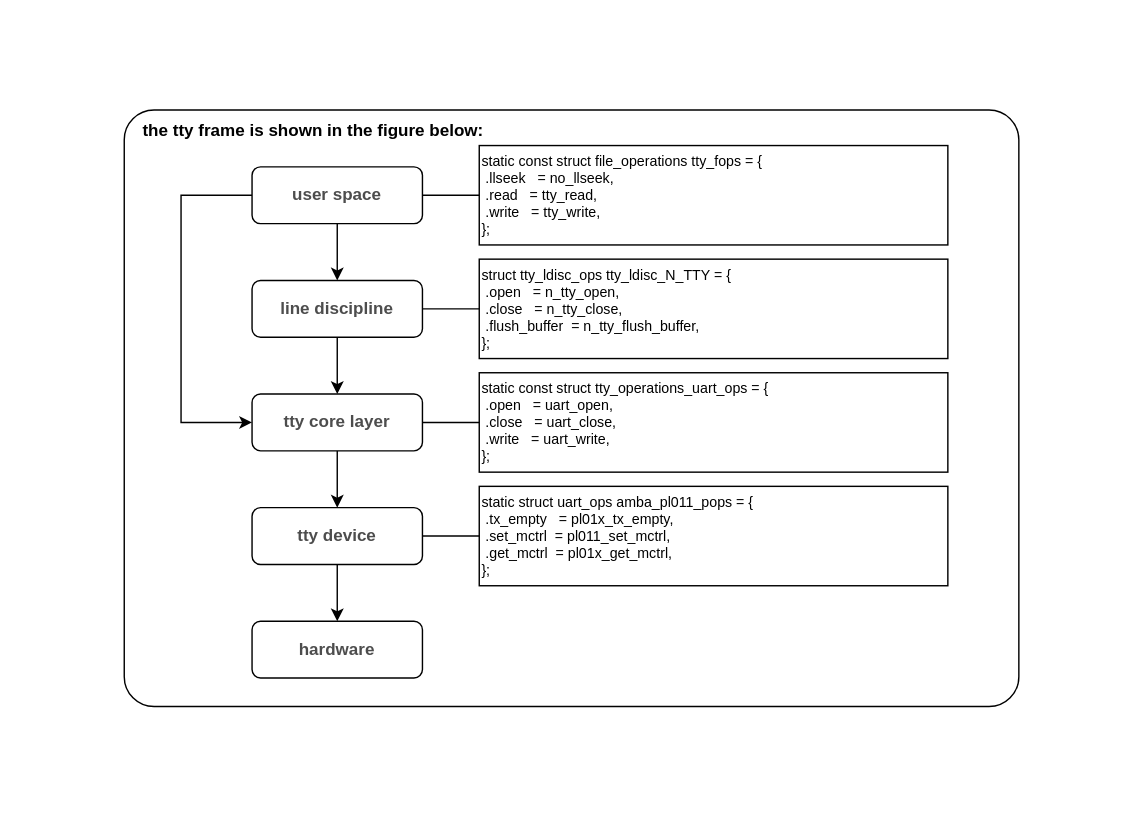
Earlier version of the draw.io diagram drawio/SERIAL.drawio (lchy0113/tcc_develop). Source tidied: cells renumbered, new cells numbered last; positions are measured from the earlier drawing's top-left corner, leaving out a move shared by most shapes. Both pictures are drawn from the tidied source at 142%, with x=0, y=0 at pixel (124, 109).
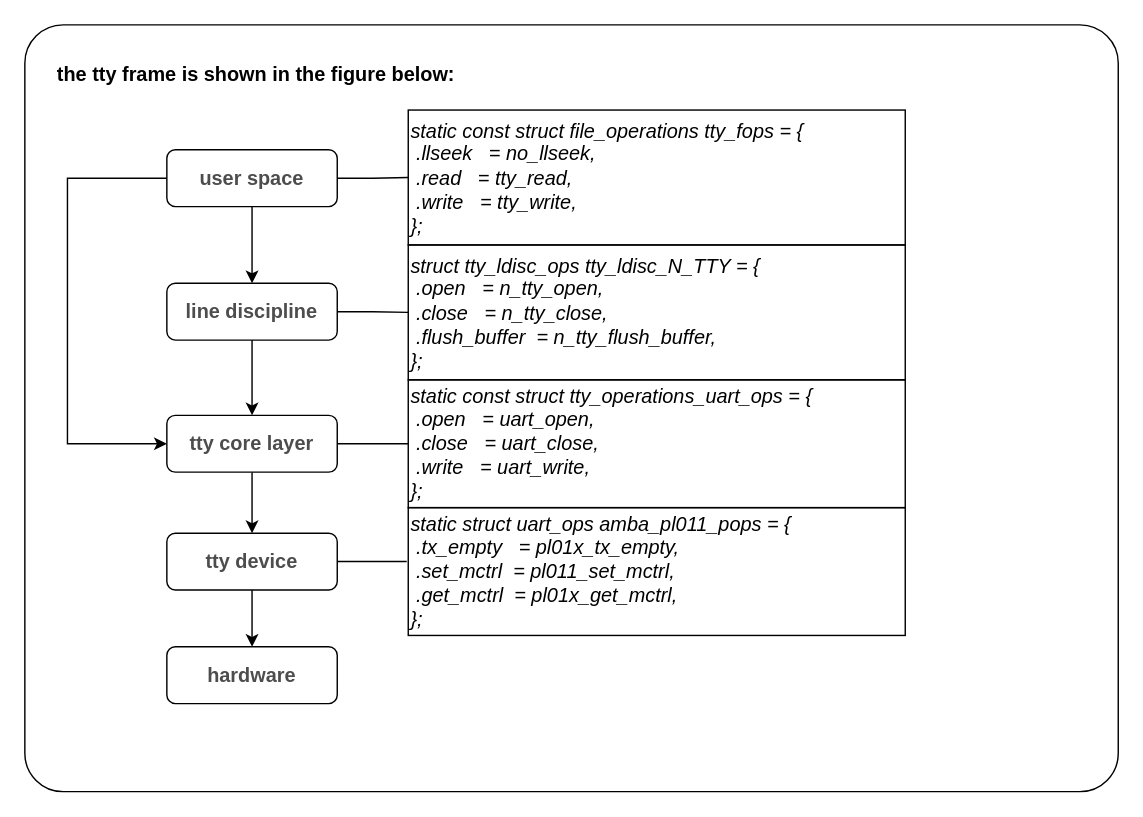
The same page after the edit.

Diff of the diagram source:
```diff
@@
-    <mxCell id="2" style="rounded=1;whiteSpace=wrap;html=1;fontStyle=1;arcSize=5;" parent="1" vertex="1">
-      <mxGeometry width="630" height="420" as="geometry" />
+    <mxCell id="2" style="rounded=1;whiteSpace=wrap;html=1;fontStyle=1;arcSize=5;fontSize=14;" parent="1" vertex="1">
+      <mxGeometry x="-70" y="-60" width="770" height="540" as="geometry" />
     </mxCell>
-    <mxCell id="3" style="edgeStyle=orthogonalEdgeStyle;rounded=0;jettySize=auto;html=1;entryX=0.5;entryY=0;entryDx=0;entryDy=0;" parent="1" edge="1" source="6" target="9">
+    <mxCell id="3" style="edgeStyle=orthogonalEdgeStyle;rounded=0;jettySize=auto;html=1;entryX=0.5;entryY=0;entryDx=0;entryDy=0;fontSize=14;" parent="1" edge="1" source="6" target="9">
       <mxGeometry relative="1" as="geometry" />
     </mxCell>
+    <mxCell id="5" style="edgeStyle=orthogonalEdgeStyle;rounded=0;jettySize=auto;html=1;entryX=0;entryY=0.5;entryDx=0;entryDy=0;endArrow=none;endFill=0;" parent="1" edge="1" source="6" target="17">
+      <mxGeometry relative="1" as="geometry" />
+    </mxCell>
     <mxCell id="4" style="edgeStyle=orthogonalEdgeStyle;rounded=0;jettySize=auto;html=1;entryX=0;entryY=0.5;entryDx=0;entryDy=0;" parent="1" edge="1" source="6" target="12">
       <mxGeometry relative="1" as="geometry">
         <Array as="points">
-          <mxPoint x="40" y="60" />
-          <mxPoint x="40" y="220" />
+          <mxPoint x="-40" y="48" />
+          <mxPoint x="-40" y="235" />
         </Array>
       </mxGeometry>
     </mxCell>
-    <mxCell id="5" style="edgeStyle=orthogonalEdgeStyle;rounded=0;jettySize=auto;html=1;entryX=0;entryY=0.5;entryDx=0;entryDy=0;endArrow=none;endFill=0;" parent="1" edge="1" source="6" target="17">
-      <mxGeometry relative="1" as="geometry" />
-    </mxCell>
-    <mxCell id="6" value="user space" style="rounded=1;whiteSpace=wrap;html=1;fontStyle=1;fontColor=#4D4D4D;" parent="1" vertex="1">
-      <mxGeometry x="90" y="40" width="120" height="40" as="geometry" />
+    <mxCell id="6" value="user space" style="rounded=1;whiteSpace=wrap;html=1;fontStyle=1;fontColor=#4D4D4D;fontSize=14;" parent="1" vertex="1">
+      <mxGeometry x="30" y="28" width="120" height="40" as="geometry" />
     </mxCell>
-    <mxCell id="7" style="edgeStyle=orthogonalEdgeStyle;rounded=0;jettySize=auto;html=1;entryX=0.5;entryY=0;entryDx=0;entryDy=0;" parent="1" edge="1" source="9" target="12">
+    <mxCell id="7" style="edgeStyle=orthogonalEdgeStyle;rounded=0;jettySize=auto;html=1;entryX=0.5;entryY=0;entryDx=0;entryDy=0;fontSize=14;" parent="1" edge="1" source="9" target="12">
       <mxGeometry relative="1" as="geometry" />
     </mxCell>
@@
-    <mxCell id="9" value="line discipline" style="rounded=1;whiteSpace=wrap;html=1;fontStyle=1;fontColor=#4D4D4D;" parent="1" vertex="1">
-      <mxGeometry x="90" y="120" width="120" height="40" as="geometry" />
+    <mxCell id="9" value="line discipline" style="rounded=1;whiteSpace=wrap;html=1;fontStyle=1;fontColor=#4D4D4D;fontSize=14;" parent="1" vertex="1">
+      <mxGeometry x="30" y="122" width="120" height="40" as="geometry" />
     </mxCell>
-    <mxCell id="10" style="edgeStyle=orthogonalEdgeStyle;rounded=0;jettySize=auto;html=1;entryX=0.5;entryY=0;entryDx=0;entryDy=0;" parent="1" edge="1" source="12" target="15">
+    <mxCell id="10" style="edgeStyle=orthogonalEdgeStyle;rounded=0;jettySize=auto;html=1;entryX=0.5;entryY=0;entryDx=0;entryDy=0;fontSize=14;" parent="1" edge="1" source="12" target="15">
       <mxGeometry relative="1" as="geometry" />
     </mxCell>
@@
-    <mxCell id="12" value="tty core layer" style="rounded=1;whiteSpace=wrap;html=1;fontStyle=1;fontColor=#4D4D4D;" parent="1" vertex="1">
-      <mxGeometry x="90" y="200" width="120" height="40" as="geometry" />
+    <mxCell id="12" value="tty core layer" style="rounded=1;whiteSpace=wrap;html=1;fontStyle=1;fontColor=#4D4D4D;fontSize=14;" parent="1" vertex="1">
+      <mxGeometry x="30" y="215" width="120" height="40" as="geometry" />
     </mxCell>
-    <mxCell id="13" style="edgeStyle=orthogonalEdgeStyle;rounded=0;jettySize=auto;html=1;entryX=0.5;entryY=0;entryDx=0;entryDy=0;" parent="1" edge="1" source="15" target="16">
+    <mxCell id="13" style="edgeStyle=orthogonalEdgeStyle;rounded=0;jettySize=auto;html=1;entryX=0.5;entryY=0;entryDx=0;entryDy=0;fontSize=14;" parent="1" edge="1" source="15" target="16">
       <mxGeometry relative="1" as="geometry" />
     </mxCell>
-    <mxCell id="14" style="edgeStyle=orthogonalEdgeStyle;rounded=0;jettySize=auto;html=1;endArrow=none;endFill=0;" parent="1" edge="1" source="15" target="20">
+    <mxCell id="14" style="edgeStyle=orthogonalEdgeStyle;rounded=0;jettySize=auto;html=1;entryX=-0.003;entryY=0.422;entryDx=0;entryDy=0;entryPerimeter=0;endArrow=none;endFill=0;" parent="1" edge="1" source="15" target="20">
       <mxGeometry relative="1" as="geometry" />
     </mxCell>
-    <mxCell id="15" value="tty device" style="rounded=1;whiteSpace=wrap;html=1;fontStyle=1;fontColor=#4D4D4D;" parent="1" vertex="1">
-      <mxGeometry x="90" y="280" width="120" height="40" as="geometry" />
+    <mxCell id="15" value="tty device" style="rounded=1;whiteSpace=wrap;html=1;fontStyle=1;fontColor=#4D4D4D;fontSize=14;" parent="1" vertex="1">
+      <mxGeometry x="30" y="298" width="120" height="40" as="geometry" />
     </mxCell>
-    <mxCell id="16" value="hardware" style="rounded=1;whiteSpace=wrap;html=1;fontStyle=1;fontColor=#4D4D4D;" parent="1" vertex="1">
-      <mxGeometry x="90" y="360" width="120" height="40" as="geometry" />
+    <mxCell id="16" value="hardware" style="rounded=1;whiteSpace=wrap;html=1;fontStyle=1;fontColor=#4D4D4D;fontSize=14;" parent="1" vertex="1">
+      <mxGeometry x="30" y="378" width="120" height="40" as="geometry" />
     </mxCell>
-    <mxCell id="17" value="static const struct file_operations tty_fops = {&lt;br style=&quot;font-size: 10px;&quot;&gt;&lt;span style=&quot;white-space: pre; font-size: 10px;&quot;&gt; &lt;/span&gt;.llseek&lt;span style=&quot;white-space: pre; font-size: 10px;&quot;&gt; &lt;/span&gt;&lt;span style=&quot;white-space: pre; font-size: 10px;&quot;&gt; &lt;/span&gt;&lt;span style=&quot;white-space: pre; font-size: 10px;&quot;&gt; &lt;/span&gt;= no_llseek,&lt;br style=&quot;font-size: 10px;&quot;&gt;&lt;span style=&quot;white-space: pre; font-size: 10px;&quot;&gt; &lt;/span&gt;.read&lt;span style=&quot;white-space: pre; font-size: 10px;&quot;&gt; &lt;/span&gt;&lt;span style=&quot;white-space: pre; font-size: 10px;&quot;&gt; &lt;/span&gt;&lt;span style=&quot;white-space: pre; font-size: 10px;&quot;&gt; &lt;/span&gt;= tty_read,&lt;br style=&quot;font-size: 10px;&quot;&gt;&lt;span style=&quot;white-space: pre; font-size: 10px;&quot;&gt; &lt;/span&gt;.write&lt;span style=&quot;white-space: pre; font-size: 10px;&quot;&gt; &lt;/span&gt;&lt;span style=&quot;white-space: pre; font-size: 10px;&quot;&gt; &lt;/span&gt;&lt;span style=&quot;white-space: pre; font-size: 10px;&quot;&gt; &lt;/span&gt;= tty_write,&lt;br style=&quot;font-size: 10px;&quot;&gt;};" style="text;html=1;strokeColor=default;fillColor=none;align=left;verticalAlign=middle;whiteSpace=wrap;rounded=0;fontSize=10;" parent="1" vertex="1">
-      <mxGeometry x="250" y="25" width="330" height="70" as="geometry" />
+    <mxCell id="17" value="static const struct file_operations tty_fops = {&lt;br style=&quot;font-size: 14px;&quot;&gt;&lt;span style=&quot;white-space: pre; font-size: 14px;&quot;&gt; &lt;/span&gt;.llseek&lt;span style=&quot;white-space: pre; font-size: 14px;&quot;&gt; &lt;/span&gt;&lt;span style=&quot;white-space: pre; font-size: 14px;&quot;&gt; &lt;/span&gt;&lt;span style=&quot;white-space: pre; font-size: 14px;&quot;&gt; &lt;/span&gt;= no_llseek,&lt;br style=&quot;font-size: 14px;&quot;&gt;&lt;span style=&quot;white-space: pre; font-size: 14px;&quot;&gt; &lt;/span&gt;.read&lt;span style=&quot;white-space: pre; font-size: 14px;&quot;&gt; &lt;/span&gt;&lt;span style=&quot;white-space: pre; font-size: 14px;&quot;&gt; &lt;/span&gt;&lt;span style=&quot;white-space: pre; font-size: 14px;&quot;&gt; &lt;/span&gt;= tty_read,&lt;br style=&quot;font-size: 14px;&quot;&gt;&lt;span style=&quot;white-space: pre; font-size: 14px;&quot;&gt; &lt;/span&gt;.write&lt;span style=&quot;white-space: pre; font-size: 14px;&quot;&gt; &lt;/span&gt;&lt;span style=&quot;white-space: pre; font-size: 14px;&quot;&gt; &lt;/span&gt;&lt;span style=&quot;white-space: pre; font-size: 14px;&quot;&gt; &lt;/span&gt;= tty_write,&lt;br style=&quot;font-size: 14px;&quot;&gt;};" style="text;html=1;strokeColor=default;fillColor=none;align=left;verticalAlign=middle;whiteSpace=wrap;rounded=0;fontSize=14;fontStyle=2;" parent="1" vertex="1">
+      <mxGeometry x="200" width="350" height="95" as="geometry" />
     </mxCell>
-    <mxCell id="18" value="struct tty_ldisc_ops tty_ldisc_N_TTY = {&lt;br&gt;&lt;span style=&quot;white-space: pre;&quot;&gt; &lt;/span&gt;.open&lt;span style=&quot;white-space: pre;&quot;&gt; &lt;/span&gt;&lt;span style=&quot;white-space: pre;&quot;&gt; &lt;/span&gt;&lt;span style=&quot;white-space: pre;&quot;&gt; &lt;/span&gt;= n_tty_open,&lt;br&gt;&lt;span style=&quot;white-space: pre;&quot;&gt; &lt;/span&gt;.close&lt;span style=&quot;white-space: pre;&quot;&gt; &lt;/span&gt;&lt;span style=&quot;white-space: pre;&quot;&gt; &lt;/span&gt;&lt;span style=&quot;white-space: pre;&quot;&gt; &lt;/span&gt;= n_tty_close,&lt;br&gt;&lt;span style=&quot;white-space: pre;&quot;&gt; &lt;/span&gt;.flush_buffer&lt;span style=&quot;white-space: pre;&quot;&gt; &lt;/span&gt;&lt;span style=&quot;white-space: pre;&quot;&gt; &lt;/span&gt;= n_tty_flush_buffer,&lt;br&gt;};" style="text;html=1;strokeColor=default;fillColor=none;align=left;verticalAlign=middle;whiteSpace=wrap;rounded=0;fontSize=10;" parent="1" vertex="1">
-      <mxGeometry x="250" y="105" width="330" height="70" as="geometry" />
+    <mxCell id="18" value="struct tty_ldisc_ops tty_ldisc_N_TTY = {&lt;br style=&quot;font-size: 14px;&quot;&gt;&lt;span style=&quot;white-space: pre; font-size: 14px;&quot;&gt; &lt;/span&gt;.open&lt;span style=&quot;white-space: pre; font-size: 14px;&quot;&gt; &lt;/span&gt;&lt;span style=&quot;white-space: pre; font-size: 14px;&quot;&gt; &lt;/span&gt;&lt;span style=&quot;white-space: pre; font-size: 14px;&quot;&gt; &lt;/span&gt;= n_tty_open,&lt;br style=&quot;font-size: 14px;&quot;&gt;&lt;span style=&quot;white-space: pre; font-size: 14px;&quot;&gt; &lt;/span&gt;.close&lt;span style=&quot;white-space: pre; font-size: 14px;&quot;&gt; &lt;/span&gt;&lt;span style=&quot;white-space: pre; font-size: 14px;&quot;&gt; &lt;/span&gt;&lt;span style=&quot;white-space: pre; font-size: 14px;&quot;&gt; &lt;/span&gt;= n_tty_close,&lt;br style=&quot;font-size: 14px;&quot;&gt;&lt;span style=&quot;white-space: pre; font-size: 14px;&quot;&gt; &lt;/span&gt;.flush_buffer&lt;span style=&quot;white-space: pre; font-size: 14px;&quot;&gt; &lt;/span&gt;&lt;span style=&quot;white-space: pre; font-size: 14px;&quot;&gt; &lt;/span&gt;= n_tty_flush_buffer,&lt;br style=&quot;font-size: 14px;&quot;&gt;};" style="text;html=1;strokeColor=default;fillColor=none;align=left;verticalAlign=middle;whiteSpace=wrap;rounded=0;fontSize=14;fontStyle=2;" parent="1" vertex="1">
+      <mxGeometry x="200" y="95" width="350" height="95" as="geometry" />
     </mxCell>
-    <mxCell id="19" value="static const struct tty_operations_uart_ops = {&lt;br&gt;&lt;span style=&quot;white-space: pre;&quot;&gt; &lt;/span&gt;.open&lt;span style=&quot;white-space: pre;&quot;&gt; &lt;/span&gt;&lt;span style=&quot;white-space: pre;&quot;&gt; &lt;/span&gt;&lt;span style=&quot;white-space: pre;&quot;&gt; &lt;/span&gt;= uart_open,&lt;br&gt;&lt;span style=&quot;white-space: pre;&quot;&gt; &lt;/span&gt;.close&lt;span style=&quot;white-space: pre;&quot;&gt; &lt;/span&gt;&lt;span style=&quot;white-space: pre;&quot;&gt; &lt;/span&gt;&lt;span style=&quot;white-space: pre;&quot;&gt; &lt;/span&gt;= uart_close,&lt;br&gt;&lt;span style=&quot;white-space: pre;&quot;&gt; &lt;/span&gt;.write&lt;span style=&quot;white-space: pre;&quot;&gt; &lt;/span&gt;&lt;span style=&quot;white-space: pre;&quot;&gt; &lt;/span&gt;&lt;span style=&quot;white-space: pre;&quot;&gt; &lt;/span&gt;= uart_write,&lt;br&gt;};" style="text;html=1;strokeColor=default;fillColor=none;align=left;verticalAlign=middle;whiteSpace=wrap;rounded=0;fontSize=10;" parent="1" vertex="1">
-      <mxGeometry x="250" y="185" width="330" height="70" as="geometry" />
+    <mxCell id="19" value="static const struct tty_operations_uart_ops = {&lt;br style=&quot;font-size: 14px;&quot;&gt;&lt;span style=&quot;white-space: pre; font-size: 14px;&quot;&gt; &lt;/span&gt;.open&lt;span style=&quot;white-space: pre; font-size: 14px;&quot;&gt; &lt;/span&gt;&lt;span style=&quot;white-space: pre; font-size: 14px;&quot;&gt; &lt;/span&gt;&lt;span style=&quot;white-space: pre; font-size: 14px;&quot;&gt; &lt;/span&gt;= uart_open,&lt;br style=&quot;font-size: 14px;&quot;&gt;&lt;span style=&quot;white-space: pre; font-size: 14px;&quot;&gt; &lt;/span&gt;.close&lt;span style=&quot;white-space: pre; font-size: 14px;&quot;&gt; &lt;/span&gt;&lt;span style=&quot;white-space: pre; font-size: 14px;&quot;&gt; &lt;/span&gt;&lt;span style=&quot;white-space: pre; font-size: 14px;&quot;&gt; &lt;/span&gt;= uart_close,&lt;br style=&quot;font-size: 14px;&quot;&gt;&lt;span style=&quot;white-space: pre; font-size: 14px;&quot;&gt; &lt;/span&gt;.write&lt;span style=&quot;white-space: pre; font-size: 14px;&quot;&gt; &lt;/span&gt;&lt;span style=&quot;white-space: pre; font-size: 14px;&quot;&gt; &lt;/span&gt;&lt;span style=&quot;white-space: pre; font-size: 14px;&quot;&gt; &lt;/span&gt;= uart_write,&lt;br style=&quot;font-size: 14px;&quot;&gt;};" style="text;html=1;strokeColor=default;fillColor=none;align=left;verticalAlign=middle;whiteSpace=wrap;rounded=0;fontSize=14;fontStyle=2;" parent="1" vertex="1">
+      <mxGeometry x="200" y="190" width="350" height="90" as="geometry" />
     </mxCell>
-    <mxCell id="20" value="static struct uart_ops amba_pl011_pops = {&lt;br&gt;&lt;span style=&quot;white-space: pre;&quot;&gt; &lt;/span&gt;.tx_empty&amp;nbsp;&lt;span style=&quot;white-space: pre;&quot;&gt; &lt;/span&gt;&lt;span style=&quot;white-space: pre;&quot;&gt; &lt;/span&gt;= pl01x_tx_empty,&lt;br&gt;&lt;span style=&quot;white-space: pre;&quot;&gt; &lt;/span&gt;.set_mctrl&lt;span style=&quot;white-space: pre;&quot;&gt; &lt;span style=&quot;white-space: pre;&quot;&gt; &lt;/span&gt;=&lt;/span&gt;&amp;nbsp;pl011_set_mctrl,&lt;br&gt;&lt;span style=&quot;white-space: pre;&quot;&gt; &lt;/span&gt;.get_mctrl&lt;span style=&quot;white-space: pre;&quot;&gt; &lt;/span&gt;&lt;span style=&quot;white-space: pre;&quot;&gt; &lt;/span&gt;= pl01x_get_mctrl,&lt;br&gt;};" style="text;html=1;strokeColor=default;fillColor=none;align=left;verticalAlign=middle;whiteSpace=wrap;rounded=0;fontSize=10;" parent="1" vertex="1">
-      <mxGeometry x="250" y="265" width="330" height="70" as="geometry" />
+    <mxCell id="20" value="static struct uart_ops amba_pl011_pops = {&lt;br style=&quot;font-size: 14px;&quot;&gt;&lt;span style=&quot;white-space: pre; font-size: 14px;&quot;&gt; &lt;/span&gt;.tx_empty&amp;nbsp;&lt;span style=&quot;white-space: pre; font-size: 14px;&quot;&gt; &lt;/span&gt;&lt;span style=&quot;white-space: pre; font-size: 14px;&quot;&gt; &lt;/span&gt;= pl01x_tx_empty,&lt;br style=&quot;font-size: 14px;&quot;&gt;&lt;span style=&quot;white-space: pre; font-size: 14px;&quot;&gt; &lt;/span&gt;.set_mctrl&lt;span style=&quot;white-space: pre; font-size: 14px;&quot;&gt; &lt;span style=&quot;white-space: pre; font-size: 14px;&quot;&gt; &lt;/span&gt;=&lt;/span&gt;&amp;nbsp;pl011_set_mctrl,&lt;br style=&quot;font-size: 14px;&quot;&gt;&lt;span style=&quot;white-space: pre; font-size: 14px;&quot;&gt; &lt;/span&gt;.get_mctrl&lt;span style=&quot;white-space: pre; font-size: 14px;&quot;&gt; &lt;/span&gt;&lt;span style=&quot;white-space: pre; font-size: 14px;&quot;&gt; &lt;/span&gt;= pl01x_get_mctrl,&lt;br style=&quot;font-size: 14px;&quot;&gt;};" style="text;html=1;strokeColor=default;fillColor=none;align=left;verticalAlign=middle;whiteSpace=wrap;rounded=0;fontSize=14;fontStyle=2;" parent="1" vertex="1">
+      <mxGeometry x="200" y="280" width="350" height="90" as="geometry" />
     </mxCell>
-    <mxCell id="21" value="the tty frame is shown in the figure below:&amp;nbsp;" style="text;html=1;strokeColor=none;fillColor=none;align=center;verticalAlign=middle;whiteSpace=wrap;rounded=0;fontStyle=1;" parent="1" vertex="1">
-      <mxGeometry x="10" width="250" height="30" as="geometry" />
+    <mxCell id="21" value="the tty frame is shown in the figure below:&amp;nbsp;" style="text;html=1;strokeColor=none;fillColor=none;align=center;verticalAlign=middle;whiteSpace=wrap;rounded=0;fontStyle=1;fontSize=14;" parent="1" vertex="1">
+      <mxGeometry x="-60" y="-40" width="310" height="30" as="geometry" />
     </mxCell>
```
